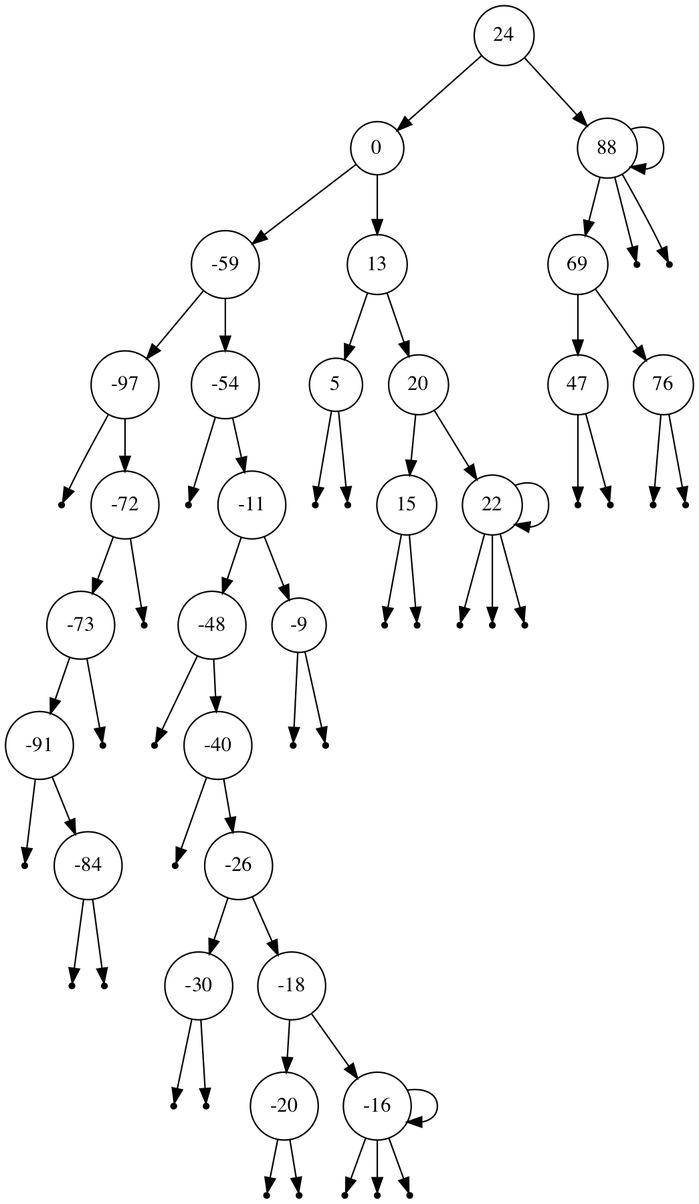
Earlier version of the Graphviz export binary-trees/graphviz/rand_tree.png (mickey-is-codin/data-structures). Its source is kept beside it as binary-trees/graphviz/rand_tree.dot.
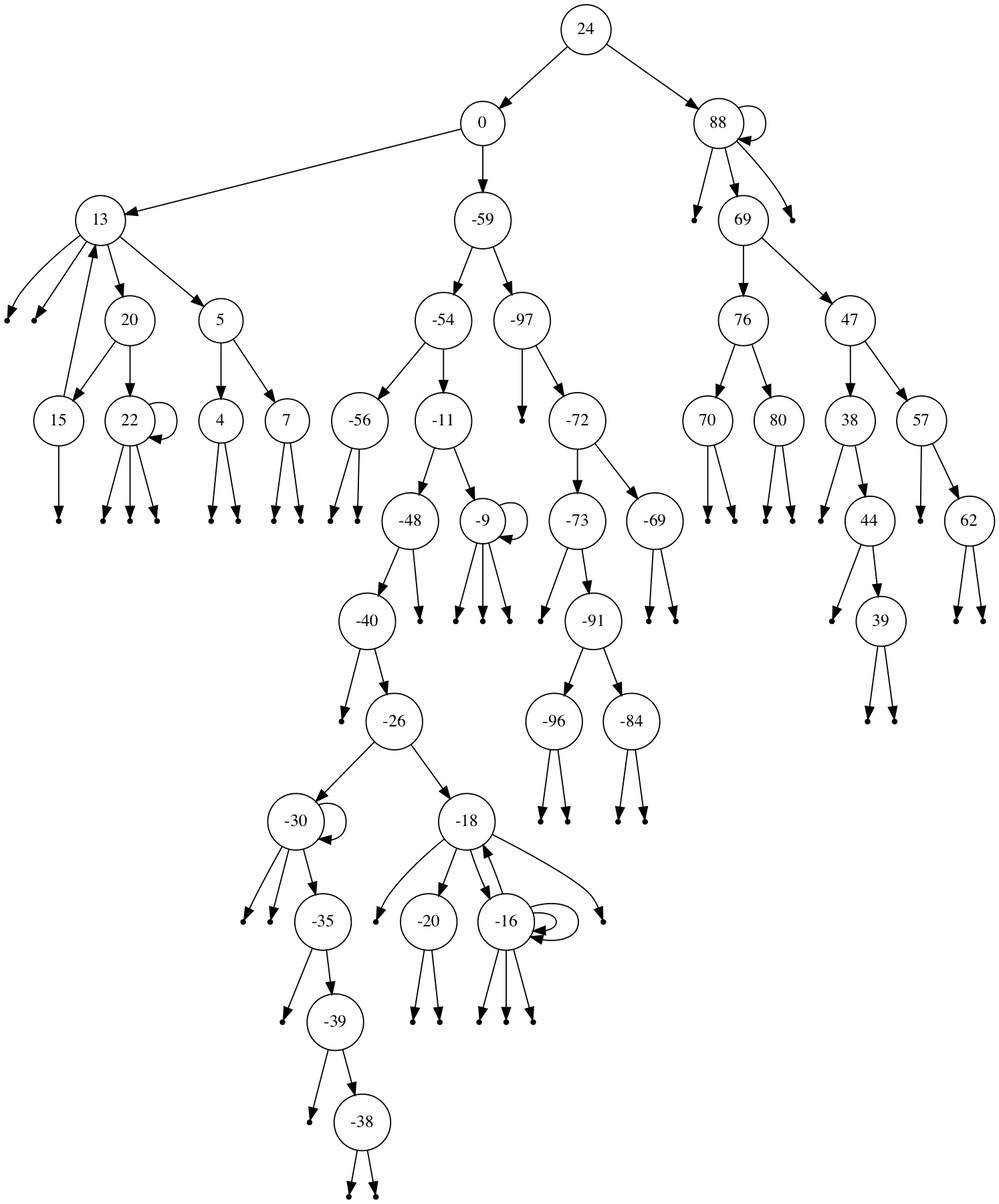
The same file after the commit.

Change to the diagram source:
```diff
@@ -12,85 +12,145 @@
 	-97 -> null1;
 	-97 -> -72;
 	-72 -> -73;
+	-72 -> -69;
+	-73 -> -91;
 null2 [shape=point]
-	-72 -> null2;
-	-73 -> -91;
-null3 [shape=point]
-	-73 -> null3;
-null4 [shape=point];
-	-91 -> null4;
+	-73 -> null2;
+	-91 -> -96;
 	-91 -> -84;
+null3 [shape=point];
+	-96 -> null3;
+null4 [shape=point]
+	-96 -> null4;
 null5 [shape=point];
 	-84 -> null5;
 null6 [shape=point]
 	-84 -> null6;
 null7 [shape=point];
-	-54 -> null7;
+	-69 -> null7;
+null8 [shape=point]
+	-69 -> null8;
+	-54 -> -56;
 	-54 -> -11;
+null9 [shape=point];
+	-56 -> null9;
+null10 [shape=point]
+	-56 -> null10;
 	-11 -> -48;
 	-11 -> -9;
-null8 [shape=point];
-	-48 -> null8;
+null11 [shape=point];
+	-48 -> null11;
 	-48 -> -40;
-null9 [shape=point];
-	-40 -> null9;
+null12 [shape=point];
+	-40 -> null12;
 	-40 -> -26;
 	-26 -> -30;
 	-26 -> -18;
-null10 [shape=point];
-	-30 -> null10;
-null11 [shape=point]
-	-30 -> null11;
+	-30 -> -35;
+	-30 -> -30;
+	-35 -> -39;
+null13 [shape=point]
+	-35 -> null13;
+null14 [shape=point];
+	-39 -> null14;
+	-39 -> -38;
+null15 [shape=point];
+	-38 -> null15;
+null16 [shape=point]
+	-38 -> null16;
+null17 [shape=point];
+	-30 -> null17;
+null18 [shape=point]
+	-30 -> null18;
 	-18 -> -20;
 	-18 -> -16;
-null12 [shape=point];
-	-20 -> null12;
-null13 [shape=point]
-	-20 -> null13;
-null14 [shape=point];
-	-16 -> null14;
+null19 [shape=point];
+	-20 -> null19;
+null20 [shape=point]
+	-20 -> null20;
+	-16 -> -18;
 	-16 -> -16;
-null15 [shape=point];
-	-16 -> null15;
-null16 [shape=point]
-	-16 -> null16;
-null17 [shape=point];
-	-9 -> null17;
-null18 [shape=point]
-	-9 -> null18;
+null21 [shape=point];
+	-18 -> null21;
+null22 [shape=point]
+	-18 -> null22;
+null23 [shape=point];
+	-16 -> null23;
+	-16 -> -16;
+null24 [shape=point];
+	-16 -> null24;
+null25 [shape=point]
+	-16 -> null25;
+null26 [shape=point];
+	-9 -> null26;
+	-9 -> -9;
+null27 [shape=point];
+	-9 -> null27;
+null28 [shape=point]
+	-9 -> null28;
 	13 -> 5;
 	13 -> 20;
-null19 [shape=point];
-	5 -> null19;
-null20 [shape=point]
-	5 -> null20;
+	5 -> 4;
+	5 -> 7;
+null29 [shape=point];
+	4 -> null29;
+null30 [shape=point]
+	4 -> null30;
+null31 [shape=point];
+	7 -> null31;
+null32 [shape=point]
+	7 -> null32;
 	20 -> 15;
 	20 -> 22;
-null21 [shape=point];
-	15 -> null21;
-null22 [shape=point]
-	15 -> null22;
-null23 [shape=point];
-	22 -> null23;
+	15 -> 13;
+null33 [shape=point]
+	15 -> null33;
+null34 [shape=point];
+	13 -> null34;
+null35 [shape=point]
+	13 -> null35;
+null36 [shape=point];
+	22 -> null36;
 	22 -> 22;
-null24 [shape=point];
-	22 -> null24;
-null25 [shape=point]
-	22 -> null25;
+null37 [shape=point];
+	22 -> null37;
+null38 [shape=point]
+	22 -> null38;
 	88 -> 69;
 	88 -> 88;
 	69 -> 47;
 	69 -> 76;
-null26 [shape=point];
-	47 -> null26;
-null27 [shape=point]
-	47 -> null27;
-null28 [shape=point];
-	76 -> null28;
-null29 [shape=point]
-	76 -> null29;
-null30 [shape=point];
-	88 -> null30;
-null31 [shape=point]
-	88 -> null31;
+	47 -> 38;
+	47 -> 57;
+null39 [shape=point];
+	38 -> null39;
+	38 -> 44;
+	44 -> 39;
+null40 [shape=point]
+	44 -> null40;
+null41 [shape=point];
+	39 -> null41;
+null42 [shape=point]
+	39 -> null42;
+null43 [shape=point];
+	57 -> null43;
+	57 -> 62;
+null44 [shape=point];
+	62 -> null44;
+null45 [shape=point]
+	62 -> null45;
+	76 -> 70;
+	76 -> 80;
+null46 [shape=point];
+	70 -> null46;
+null47 [shape=point]
+	70 -> null47;
+null48 [shape=point];
+	80 -> null48;
+null49 [shape=point]
+	80 -> null49;
+null50 [shape=point];
+	88 -> null50;
+null51 [shape=point]
+	88 -> null51;
 }
```
